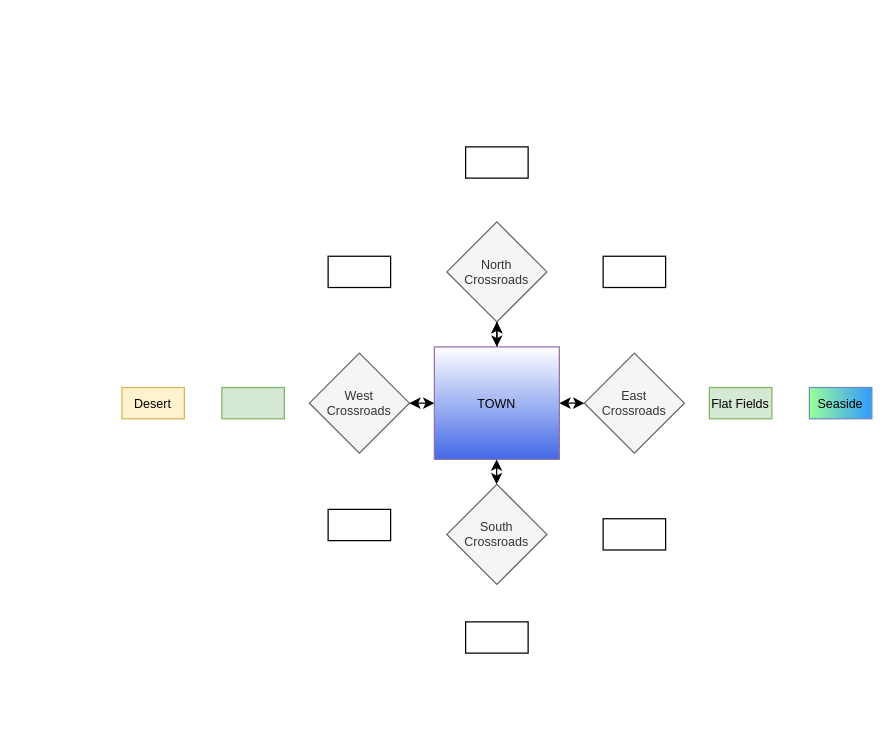
The draw.io diagram Adventure game map.drawio in Skaz7/Adventure_game, before the edit. Source tidied: cells renumbered, new cells numbered last; positions are measured from the earlier drawing's top-left corner, leaving out a move shared by most shapes. Both pictures are drawn from the tidied source at 125%, with x=0, y=0 at pixel (121, 146).
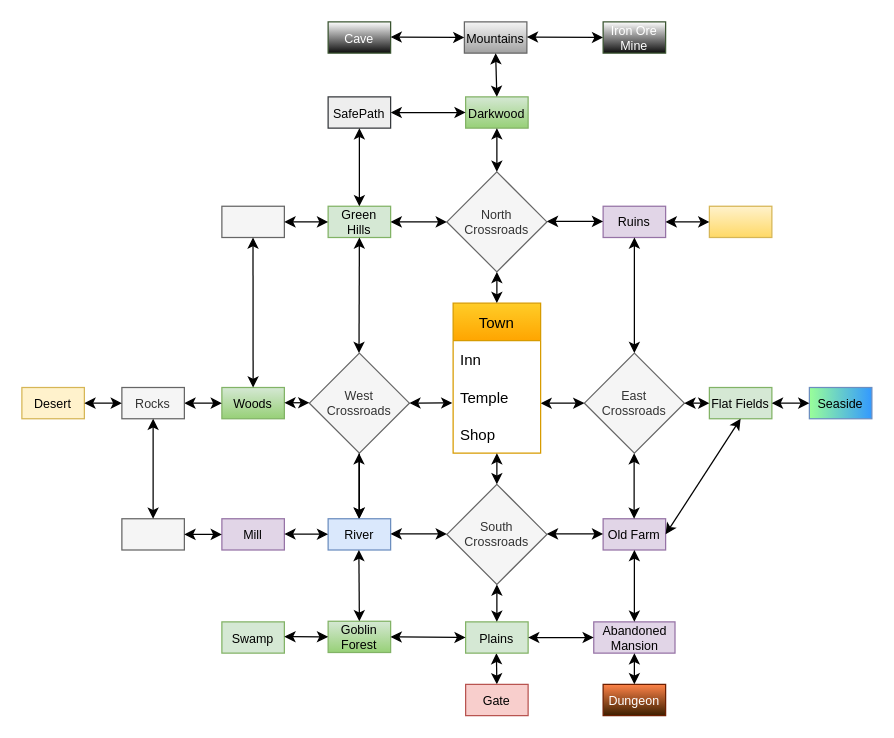
The same page after the edit.

The change refers to these unchanged cells:
```xml
<mxCell id="5" value="South Crossroads" style="rhombus;whiteSpace=wrap;html=1;fillColor=#f5f5f5;fontColor=#333333;strokeColor=#666666;fontSize=10;" parent="1" vertex="1">
  <mxGeometry x="260" y="270" width="80" height="80" as="geometry" />
</mxCell>
<mxCell id="6" value="East&lt;br&gt;Crossroads" style="rhombus;whiteSpace=wrap;html=1;fillColor=#f5f5f5;fontColor=#333333;strokeColor=#666666;fontSize=10;" parent="1" vertex="1">
  <mxGeometry x="370" y="165" width="80" height="80" as="geometry" />
</mxCell>
<mxCell id="7" value="West &lt;br&gt;Crossroads" style="rhombus;whiteSpace=wrap;html=1;fillColor=#f5f5f5;fontColor=#333333;strokeColor=#666666;fontSize=10;" parent="1" vertex="1">
  <mxGeometry x="150" y="165" width="80" height="80" as="geometry" />
</mxCell>
<mxCell id="15" value="Flat Fields" style="rounded=0;whiteSpace=wrap;html=1;fillColor=#d5e8d4;strokeColor=#82b366;fontSize=10;" parent="1" vertex="1">
  <mxGeometry x="470" y="192.5" width="50" height="25" as="geometry" />
</mxCell>
<mxCell id="20" value="Seaside" style="rounded=0;whiteSpace=wrap;html=1;fontSize=10;fillColor=#3399FF;strokeColor=#6c8ebf;gradientColor=#99FF99;gradientDirection=west;" parent="1" vertex="1">
  <mxGeometry x="550" y="192.5" width="50" height="25" as="geometry" />
</mxCell>
```

Change to the diagram source:
```diff
@@
-    <mxCell id="2" style="edgeStyle=orthogonalEdgeStyle;rounded=0;jettySize=auto;html=1;fontSize=10;" parent="1" edge="1" source="3" target="4">
-      <mxGeometry relative="1" as="geometry" />
-    </mxCell>
-    <mxCell id="3" value="TOWN" style="rounded=0;whiteSpace=wrap;html=1;fontSize=10;fillColor=#4369E7;strokeColor=#9673a6;gradientColor=#ffffff;gradientDirection=north;" parent="1" vertex="1">
-      <mxGeometry x="250" y="160" width="100" height="90" as="geometry" />
-    </mxCell>
     <mxCell id="4" value="North Crossroads" style="rhombus;whiteSpace=wrap;html=1;fillColor=#f5f5f5;strokeColor=#666666;fontColor=#333333;fontSize=10;" parent="1" vertex="1">
-      <mxGeometry x="260" y="60" width="80" height="80" as="geometry" />
+      <mxGeometry x="260" y="20" width="80" height="80" as="geometry" />
     </mxCell>
@@
+    <mxCell id="22" style="edgeStyle=orthogonalEdgeStyle;rounded=0;jettySize=auto;html=1;" parent="1" edge="1" source="7" target="14">
+      <mxGeometry relative="1" as="geometry" />
+    </mxCell>
@@
-    <mxCell id="8" style="endArrow=classic;startArrow=classic;html=1;rounded=0;entryX=0.5;entryY=1;entryDx=0;entryDy=0;fontSize=10;" parent="1" edge="1" target="4">
-      <mxGeometry relative="1" as="geometry">
-        <mxPoint x="300" y="160" as="sourcePoint" />
-      </mxGeometry>
-    </mxCell>
-    <mxCell id="9" style="endArrow=classic;startArrow=classic;html=1;rounded=0;entryX=0.5;entryY=1;entryDx=0;entryDy=0;fontSize=10;" parent="1" edge="1">
-      <mxGeometry relative="1" as="geometry">
-        <mxPoint x="299.8" y="270" as="sourcePoint" />
-        <mxPoint x="299.8" y="250" as="targetPoint" />
-      </mxGeometry>
-    </mxCell>
-    <mxCell id="10" style="endArrow=classic;startArrow=classic;html=1;rounded=0;entryX=0;entryY=0.5;entryDx=0;entryDy=0;exitX=1;exitY=0.5;exitDx=0;exitDy=0;fontSize=10;" parent="1" edge="1" source="3" target="6">
+    <mxCell id="10" style="endArrow=classic;startArrow=classic;html=1;rounded=0;entryX=0;entryY=0.5;entryDx=0;entryDy=0;fontSize=10;exitX=0.999;exitY=0.67;exitDx=0;exitDy=0;exitPerimeter=0;" parent="1" edge="1" source="63" target="6">
       <mxGeometry relative="1" as="geometry" />
     </mxCell>
-    <mxCell id="11" style="endArrow=classic;startArrow=classic;html=1;rounded=0;entryX=1;entryY=0.5;entryDx=0;entryDy=0;exitX=0;exitY=0.5;exitDx=0;exitDy=0;fontSize=10;" parent="1" edge="1" source="3" target="7">
+    <mxCell id="11" style="endArrow=classic;startArrow=classic;html=1;rounded=0;entryX=1;entryY=0.5;entryDx=0;entryDy=0;fontSize=10;exitX=-0.009;exitY=0.661;exitDx=0;exitDy=0;exitPerimeter=0;" parent="1" edge="1" source="63" target="7">
       <mxGeometry relative="1" as="geometry" />
     </mxCell>
-    <mxCell id="12" style="rounded=0;whiteSpace=wrap;html=1;fontSize=10;fillColor=#d5e8d4;strokeColor=#82b366;" parent="1" vertex="1">
+    <mxCell id="12" value="Woods" style="rounded=0;whiteSpace=wrap;html=1;fontSize=10;fillColor=#d5e8d4;strokeColor=#82b366;gradientColor=#97d077;" parent="1" vertex="1">
       <mxGeometry x="80" y="192.5" width="50" height="25" as="geometry" />
     </mxCell>
-    <mxCell id="13" style="rounded=0;whiteSpace=wrap;html=1;fontSize=10;" parent="1" vertex="1">
-      <mxGeometry x="165" y="87.5" width="50" height="25" as="geometry" />
+    <mxCell id="13" value="Green Hills" style="rounded=0;whiteSpace=wrap;html=1;fontSize=10;fillColor=#d5e8d4;strokeColor=#82b366;" parent="1" vertex="1">
+      <mxGeometry x="165" y="47.5" width="50" height="25" as="geometry" />
     </mxCell>
-    <mxCell id="14" style="rounded=0;whiteSpace=wrap;html=1;fontSize=10;" parent="1" vertex="1">
-      <mxGeometry x="165" y="290" width="50" height="25" as="geometry" />
+    <mxCell id="14" value="River" style="rounded=0;whiteSpace=wrap;html=1;fontSize=10;fillColor=#dae8fc;strokeColor=#6c8ebf;" parent="1" vertex="1">
+      <mxGeometry x="165" y="297.5" width="50" height="25" as="geometry" />
     </mxCell>
@@
-    <mxCell id="16" style="rounded=0;whiteSpace=wrap;html=1;fontSize=10;" parent="1" vertex="1">
-      <mxGeometry x="385" y="87.5" width="50" height="25" as="geometry" />
+    <mxCell id="16" value="Ruins" style="rounded=0;whiteSpace=wrap;html=1;fontSize=10;fillColor=#e1d5e7;strokeColor=#9673a6;" parent="1" vertex="1">
+      <mxGeometry x="385" y="47.5" width="50" height="25" as="geometry" />
     </mxCell>
-    <mxCell id="17" style="rounded=0;whiteSpace=wrap;html=1;fontSize=10;" parent="1" vertex="1">
+    <mxCell id="17" value="Old Farm" style="rounded=0;whiteSpace=wrap;html=1;fontSize=10;fillColor=#e1d5e7;strokeColor=#9673a6;" parent="1" vertex="1">
       <mxGeometry x="385" y="297.5" width="50" height="25" as="geometry" />
     </mxCell>
-    <mxCell id="18" style="rounded=0;whiteSpace=wrap;html=1;fontSize=10;" parent="1" vertex="1">
-      <mxGeometry x="275" width="50" height="25" as="geometry" />
+    <mxCell id="18" value="Darkwood" style="rounded=0;whiteSpace=wrap;html=1;fontSize=10;fillColor=#d5e8d4;gradientColor=#97d077;strokeColor=#82b366;" parent="1" vertex="1">
+      <mxGeometry x="275" y="-40" width="50" height="25" as="geometry" />
     </mxCell>
-    <mxCell id="19" style="rounded=0;whiteSpace=wrap;html=1;fontSize=10;" parent="1" vertex="1">
-      <mxGeometry x="275" y="380" width="50" height="25" as="geometry" />
-    </mxCell>
@@
     <mxCell id="21" value="Desert" style="rounded=0;whiteSpace=wrap;html=1;fontSize=10;fillColor=#fff2cc;strokeColor=#d6b656;" parent="1" vertex="1">
-      <mxGeometry y="192.5" width="50" height="25" as="geometry" />
+      <mxGeometry x="-80" y="192.5" width="50" height="25" as="geometry" />
     </mxCell>
+    <mxCell id="23" style="endArrow=classic;startArrow=classic;html=1;rounded=0;entryX=0;entryY=0.5;entryDx=0;entryDy=0;exitX=1;exitY=0.5;exitDx=0;exitDy=0;" parent="1" edge="1" source="6" target="15">
+      <mxGeometry relative="1" as="geometry" />
+    </mxCell>
+    <mxCell id="24" style="endArrow=classic;startArrow=classic;html=1;rounded=0;entryX=0;entryY=0.5;entryDx=0;entryDy=0;exitX=1;exitY=0.5;exitDx=0;exitDy=0;" parent="1" edge="1" source="15" target="20">
+      <mxGeometry relative="1" as="geometry" />
+    </mxCell>
+    <mxCell id="25" style="endArrow=classic;startArrow=classic;html=1;rounded=0;exitX=0.5;exitY=0;exitDx=0;exitDy=0;entryX=0.5;entryY=1;entryDx=0;entryDy=0;" parent="1" edge="1" source="6" target="16">
+      <mxGeometry relative="1" as="geometry" />
+    </mxCell>
+    <mxCell id="26" style="endArrow=classic;startArrow=classic;html=1;rounded=0;exitX=0.5;exitY=0;exitDx=0;exitDy=0;entryX=0.5;entryY=1;entryDx=0;entryDy=0;" parent="1" edge="1">
+      <mxGeometry relative="1" as="geometry">
+        <mxPoint x="409.8" y="297.5" as="sourcePoint" />
+        <mxPoint x="409.8" y="245" as="targetPoint" />
+      </mxGeometry>
+    </mxCell>
+    <mxCell id="27" style="endArrow=classic;startArrow=classic;html=1;rounded=0;exitX=0.5;exitY=0;exitDx=0;exitDy=0;entryX=0.5;entryY=1;entryDx=0;entryDy=0;" parent="1" edge="1" source="4" target="18">
+      <mxGeometry relative="1" as="geometry" />
+    </mxCell>
+    <mxCell id="28" style="endArrow=classic;startArrow=classic;html=1;rounded=0;exitX=0.5;exitY=0;exitDx=0;exitDy=0;" parent="1" edge="1" source="52">
+      <mxGeometry relative="1" as="geometry">
+        <mxPoint x="299.6" y="405" as="targetPoint" />
+      </mxGeometry>
+    </mxCell>
+    <mxCell id="29" style="endArrow=classic;startArrow=classic;html=1;rounded=0;exitX=0.5;exitY=0;exitDx=0;exitDy=0;entryX=0.5;entryY=1;entryDx=0;entryDy=0;" parent="1" edge="1" target="13">
+      <mxGeometry relative="1" as="geometry">
+        <mxPoint x="189.7" y="165" as="sourcePoint" />
+      </mxGeometry>
+    </mxCell>
+    <mxCell id="30" style="endArrow=classic;startArrow=classic;html=1;rounded=0;exitX=0.5;exitY=0;exitDx=0;exitDy=0;entryX=0.5;entryY=1;entryDx=0;entryDy=0;" parent="1" edge="1">
+      <mxGeometry relative="1" as="geometry">
+        <mxPoint x="189.7" y="297.5" as="sourcePoint" />
+        <mxPoint x="189.7" y="245" as="targetPoint" />
+      </mxGeometry>
+    </mxCell>
+    <mxCell id="31" style="endArrow=classic;startArrow=classic;html=1;rounded=0;entryX=1;entryY=0.5;entryDx=0;entryDy=0;exitX=0;exitY=0.5;exitDx=0;exitDy=0;fontSize=10;" parent="1" edge="1">
+      <mxGeometry relative="1" as="geometry">
+        <mxPoint x="150" y="204.7" as="sourcePoint" />
+        <mxPoint x="130" y="204.7" as="targetPoint" />
+      </mxGeometry>
+    </mxCell>
+    <mxCell id="32" style="endArrow=classic;startArrow=classic;html=1;rounded=0;entryX=0;entryY=0.5;entryDx=0;entryDy=0;fontSize=10;" parent="1" edge="1" target="12">
+      <mxGeometry relative="1" as="geometry">
+        <mxPoint x="50" y="205" as="sourcePoint" />
+      </mxGeometry>
+    </mxCell>
+    <mxCell id="33" style="endArrow=classic;startArrow=classic;html=1;rounded=0;exitX=1;exitY=0.5;exitDx=0;exitDy=0;entryX=0;entryY=0.5;entryDx=0;entryDy=0;" parent="1" edge="1" source="13" target="4">
+      <mxGeometry relative="1" as="geometry" />
+    </mxCell>
+    <mxCell id="34" style="endArrow=classic;startArrow=classic;html=1;rounded=0;exitX=1;exitY=0.5;exitDx=0;exitDy=0;entryX=0;entryY=0.5;entryDx=0;entryDy=0;" parent="1" edge="1">
+      <mxGeometry relative="1" as="geometry">
+        <mxPoint x="340" y="59.6" as="sourcePoint" />
+        <mxPoint x="385" y="59.6" as="targetPoint" />
+      </mxGeometry>
+    </mxCell>
+    <mxCell id="35" style="endArrow=classic;startArrow=classic;html=1;rounded=0;exitX=1;exitY=0.5;exitDx=0;exitDy=0;entryX=0;entryY=0.5;entryDx=0;entryDy=0;" parent="1" edge="1">
+      <mxGeometry relative="1" as="geometry">
+        <mxPoint x="215" y="309.6" as="sourcePoint" />
+        <mxPoint x="260" y="309.6" as="targetPoint" />
+      </mxGeometry>
+    </mxCell>
+    <mxCell id="36" style="endArrow=classic;startArrow=classic;html=1;rounded=0;exitX=1;exitY=0.5;exitDx=0;exitDy=0;entryX=0;entryY=0.5;entryDx=0;entryDy=0;" parent="1" edge="1">
+      <mxGeometry relative="1" as="geometry">
+        <mxPoint x="340" y="309.6" as="sourcePoint" />
+        <mxPoint x="385" y="309.6" as="targetPoint" />
+      </mxGeometry>
+    </mxCell>
+    <mxCell id="37" value="Mountains" style="rounded=0;whiteSpace=wrap;html=1;fontSize=10;fillColor=#f5f5f5;gradientColor=#A1A1A1;strokeColor=#666666;" parent="1" vertex="1">
+      <mxGeometry x="274" y="-100" width="50" height="25" as="geometry" />
+    </mxCell>
+    <mxCell id="38" value="Rocks" style="rounded=0;whiteSpace=wrap;html=1;fontSize=10;fillColor=#f5f5f5;strokeColor=#666666;fontColor=#333333;" parent="1" vertex="1">
+      <mxGeometry y="192.5" width="50" height="25" as="geometry" />
+    </mxCell>
+    <mxCell id="39" style="endArrow=classic;startArrow=classic;html=1;rounded=0;fontSize=10;exitX=1;exitY=0.5;exitDx=0;exitDy=0;" parent="1" edge="1" source="21">
+      <mxGeometry relative="1" as="geometry">
+        <mxPoint y="205" as="targetPoint" />
+      </mxGeometry>
+    </mxCell>
+    <mxCell id="40" value="Goblin Forest" style="rounded=0;whiteSpace=wrap;html=1;fontSize=10;fillColor=#d5e8d4;strokeColor=#82b366;gradientColor=#97d077;" parent="1" vertex="1">
+      <mxGeometry x="165" y="379.5" width="50" height="25" as="geometry" />
+    </mxCell>
+    <mxCell id="41" value="Swamp" style="rounded=0;whiteSpace=wrap;html=1;fontSize=10;fillColor=#d5e8d4;strokeColor=#82b366;" parent="1" vertex="1">
+      <mxGeometry x="80" y="380" width="50" height="25" as="geometry" />
+    </mxCell>
+    <mxCell id="42" style="endArrow=classic;startArrow=classic;html=1;rounded=0;exitX=0.5;exitY=0;exitDx=0;exitDy=0;entryX=0.5;entryY=1;entryDx=0;entryDy=0;" parent="1" edge="1" source="40">
+      <mxGeometry relative="1" as="geometry">
+        <mxPoint x="189.6" y="322.5" as="targetPoint" />
+      </mxGeometry>
+    </mxCell>
+    <mxCell id="43" style="endArrow=classic;startArrow=classic;html=1;rounded=0;exitX=1;exitY=0.5;exitDx=0;exitDy=0;entryX=0;entryY=0.5;entryDx=0;entryDy=0;" parent="1" edge="1" target="40">
+      <mxGeometry relative="1" as="geometry">
+        <mxPoint x="130" y="391.8" as="sourcePoint" />
+      </mxGeometry>
+    </mxCell>
+    <mxCell id="44" value="Plains" style="rounded=0;whiteSpace=wrap;html=1;fontSize=10;fillColor=#d5e8d4;strokeColor=#82b366;" parent="1" vertex="1">
+      <mxGeometry x="275" y="380" width="50" height="25" as="geometry" />
+    </mxCell>
+    <mxCell id="45" value="Mill" style="rounded=0;whiteSpace=wrap;html=1;fontSize=10;fillColor=#e1d5e7;strokeColor=#9673a6;" parent="1" vertex="1">
+      <mxGeometry x="80" y="297.5" width="50" height="25" as="geometry" />
+    </mxCell>
+    <mxCell id="46" style="endArrow=classic;startArrow=classic;html=1;rounded=0;exitX=1;exitY=0.5;exitDx=0;exitDy=0;entryX=0;entryY=0.5;entryDx=0;entryDy=0;" parent="1" edge="1">
+      <mxGeometry relative="1" as="geometry">
+        <mxPoint x="130" y="309.7" as="sourcePoint" />
+        <mxPoint x="165" y="309.9" as="targetPoint" />
+      </mxGeometry>
+    </mxCell>
+    <mxCell id="47" value="Cave" style="rounded=0;whiteSpace=wrap;html=1;fontSize=10;fillColor=#FFFFFF;fontColor=#ffffff;strokeColor=#3A5431;gradientColor=#0D0D0D;" parent="1" vertex="1">
+      <mxGeometry x="165" y="-100" width="50" height="25" as="geometry" />
+    </mxCell>
+    <mxCell id="48" style="endArrow=classic;startArrow=classic;html=1;rounded=0;exitX=1;exitY=0.5;exitDx=0;exitDy=0;entryX=0;entryY=0.5;entryDx=0;entryDy=0;" parent="1" edge="1" target="37">
+      <mxGeometry relative="1" as="geometry">
+        <mxPoint x="215" y="-87.9" as="sourcePoint" />
+      </mxGeometry>
+    </mxCell>
+    <mxCell id="49" style="endArrow=classic;startArrow=classic;html=1;rounded=0;exitX=0.5;exitY=0;exitDx=0;exitDy=0;entryX=0.5;entryY=1;entryDx=0;entryDy=0;" parent="1" edge="1" source="18" target="37">
+      <mxGeometry relative="1" as="geometry" />
+    </mxCell>
+    <mxCell id="50" style="endArrow=classic;startArrow=classic;html=1;rounded=0;exitX=1;exitY=0.5;exitDx=0;exitDy=0;entryX=0;entryY=0.5;entryDx=0;entryDy=0;" parent="1" edge="1">
+      <mxGeometry relative="1" as="geometry">
+        <mxPoint x="324" y="-87.9" as="sourcePoint" />
+        <mxPoint x="385" y="-87.5" as="targetPoint" />
+      </mxGeometry>
+    </mxCell>
+    <mxCell id="51" style="endArrow=classic;startArrow=classic;html=1;rounded=0;entryX=0;entryY=0.5;entryDx=0;entryDy=0;exitX=1;exitY=0.5;exitDx=0;exitDy=0;" parent="1" edge="1" source="40" target="44">
+      <mxGeometry relative="1" as="geometry" />
+    </mxCell>
+    <mxCell id="52" value="Gate" style="rounded=0;whiteSpace=wrap;html=1;fontSize=10;fillColor=#f8cecc;strokeColor=#b85450;" parent="1" vertex="1">
+      <mxGeometry x="275" y="430" width="50" height="25" as="geometry" />
+    </mxCell>
+    <mxCell id="53" style="endArrow=classic;startArrow=classic;html=1;rounded=0;entryX=0.5;entryY=1;entryDx=0;entryDy=0;exitX=0.5;exitY=0;exitDx=0;exitDy=0;" parent="1" edge="1" source="44" target="5">
+      <mxGeometry relative="1" as="geometry" />
+    </mxCell>
+    <mxCell id="54" value="Abandoned Mansion" style="rounded=0;whiteSpace=wrap;html=1;fontSize=10;fillColor=#e1d5e7;strokeColor=#9673a6;" parent="1" vertex="1">
+      <mxGeometry x="377.5" y="380" width="65" height="25" as="geometry" />
+    </mxCell>
+    <mxCell id="55" style="endArrow=classic;startArrow=classic;html=1;rounded=0;entryX=0;entryY=0.5;entryDx=0;entryDy=0;exitX=1;exitY=0.5;exitDx=0;exitDy=0;" parent="1" edge="1" source="44" target="54">
+      <mxGeometry relative="1" as="geometry" />
+    </mxCell>
+    <mxCell id="56" style="endArrow=classic;startArrow=classic;html=1;rounded=0;exitX=0.5;exitY=0;exitDx=0;exitDy=0;entryX=0.5;entryY=1;entryDx=0;entryDy=0;" parent="1" edge="1" source="54" target="17">
+      <mxGeometry relative="1" as="geometry" />
+    </mxCell>
+    <mxCell id="57" value="Dungeon" style="rounded=0;whiteSpace=wrap;html=1;fontSize=10;fillColor=#FF8348;strokeColor=#6D1F00;fontColor=#ffffff;gradientColor=#3D1F00;" parent="1" vertex="1">
+      <mxGeometry x="385" y="430" width="50" height="25" as="geometry" />
+    </mxCell>
+    <mxCell id="58" style="endArrow=classic;startArrow=classic;html=1;rounded=0;entryX=0.5;entryY=1;entryDx=0;entryDy=0;exitX=0.5;exitY=0;exitDx=0;exitDy=0;" parent="1" edge="1" source="57" target="54">
+      <mxGeometry relative="1" as="geometry" />
+    </mxCell>
+    <mxCell id="59" style="endArrow=classic;startArrow=classic;html=1;rounded=0;entryX=0;entryY=0.5;entryDx=0;entryDy=0;exitX=1;exitY=0.5;exitDx=0;exitDy=0;" parent="1" edge="1" source="75" target="18">
+      <mxGeometry relative="1" as="geometry" />
+    </mxCell>
+    <mxCell id="60" style="endArrow=classic;startArrow=classic;html=1;rounded=0;entryX=0.5;entryY=1;entryDx=0;entryDy=0;exitX=1;exitY=0.5;exitDx=0;exitDy=0;" parent="1" edge="1" source="17" target="15">
+      <mxGeometry relative="1" as="geometry" />
+    </mxCell>
+    <mxCell id="61" value="Town" style="swimlane;fontStyle=0;horizontal=1;startSize=30;fillColor=#ffcd28;gradientColor=#ffa500;strokeColor=#d79b00;" parent="1" vertex="1">
+      <mxGeometry x="265" y="125" width="70" height="120" as="geometry" />
+    </mxCell>
+    <mxCell id="62" value="Inn" style="text;strokeColor=none;fillColor=none;align=left;verticalAlign=middle;spacingLeft=4;spacingRight=4;overflow=hidden;" parent="61" vertex="1">
+      <mxGeometry y="30" width="70" height="30" as="geometry" />
+    </mxCell>
+    <mxCell id="63" value="Temple" style="text;strokeColor=none;fillColor=none;align=left;verticalAlign=middle;spacingLeft=4;spacingRight=4;overflow=hidden;points=[[0,0.5],[1,0.5]];portConstraint=eastwest;" parent="61" vertex="1">
+      <mxGeometry y="60" width="70" height="30" as="geometry" />
+    </mxCell>
+    <mxCell id="64" value="Shop" style="text;strokeColor=none;fillColor=none;align=left;verticalAlign=middle;spacingLeft=4;spacingRight=4;overflow=hidden;" parent="61" vertex="1">
+      <mxGeometry y="90" width="70" height="30" as="geometry" />
+    </mxCell>
+    <mxCell id="65" style="endArrow=classic;startArrow=classic;html=1;rounded=0;entryX=0.5;entryY=0;entryDx=0;entryDy=0;exitX=0.5;exitY=1;exitDx=0;exitDy=0;" parent="1" edge="1" source="4" target="61">
+      <mxGeometry relative="1" as="geometry" />
+    </mxCell>
+    <mxCell id="66" style="endArrow=classic;startArrow=classic;html=1;rounded=0;entryX=0.5;entryY=0;entryDx=0;entryDy=0;exitX=0.5;exitY=1;exitDx=0;exitDy=0;" parent="1" edge="1" source="61" target="5">
+      <mxGeometry relative="1" as="geometry" />
+    </mxCell>
+    <mxCell id="67" style="rounded=0;whiteSpace=wrap;html=1;fillColor=#fff2cc;strokeColor=#d6b656;fontSize=10;gradientColor=#ffd966;" parent="1" vertex="1">
+      <mxGeometry x="470" y="47.5" width="50" height="25" as="geometry" />
+    </mxCell>
+    <mxCell id="68" style="rounded=0;whiteSpace=wrap;html=1;fontSize=10;fillColor=#f5f5f5;strokeColor=#666666;fontColor=#333333;" parent="1" vertex="1">
+      <mxGeometry y="297.5" width="50" height="25" as="geometry" />
+    </mxCell>
+    <mxCell id="69" style="endArrow=classic;startArrow=classic;html=1;rounded=0;entryX=0.5;entryY=1;entryDx=0;entryDy=0;exitX=0.5;exitY=0;exitDx=0;exitDy=0;" parent="1" edge="1" source="68" target="38">
+      <mxGeometry relative="1" as="geometry" />
+    </mxCell>
+    <mxCell id="70" style="endArrow=classic;startArrow=classic;html=1;rounded=0;entryX=0;entryY=0.5;entryDx=0;entryDy=0;" parent="1" edge="1" target="45">
+      <mxGeometry relative="1" as="geometry">
+        <mxPoint x="50" y="310" as="sourcePoint" />
+      </mxGeometry>
+    </mxCell>
+    <mxCell id="71" style="endArrow=classic;startArrow=classic;html=1;rounded=0;entryX=1;entryY=0.5;entryDx=0;entryDy=0;exitX=0;exitY=0.5;exitDx=0;exitDy=0;" parent="1" edge="1" source="67" target="16">
+      <mxGeometry relative="1" as="geometry" />
+    </mxCell>
+    <mxCell id="72" style="rounded=0;whiteSpace=wrap;html=1;fontSize=10;fillColor=#f5f5f5;strokeColor=#666666;fontColor=#333333;" parent="1" vertex="1">
+      <mxGeometry x="80" y="47.5" width="50" height="25" as="geometry" />
+    </mxCell>
+    <mxCell id="73" style="endArrow=classic;startArrow=classic;html=1;rounded=0;entryX=0;entryY=0.5;entryDx=0;entryDy=0;exitX=1;exitY=0.5;exitDx=0;exitDy=0;" parent="1" edge="1" source="72" target="13">
+      <mxGeometry relative="1" as="geometry" />
+    </mxCell>
+    <mxCell id="74" style="endArrow=classic;startArrow=classic;html=1;rounded=0;entryX=0.5;entryY=1;entryDx=0;entryDy=0;exitX=0.5;exitY=0;exitDx=0;exitDy=0;" parent="1" edge="1" source="12">
+      <mxGeometry relative="1" as="geometry">
+        <mxPoint x="104.9" y="72.5" as="targetPoint" />
+      </mxGeometry>
+    </mxCell>
+    <mxCell id="75" value="SafePath" style="rounded=0;whiteSpace=wrap;html=1;fontSize=10;fillColor=#eeeeee;strokeColor=#36393d;" parent="1" vertex="1">
+      <mxGeometry x="165" y="-40" width="50" height="25" as="geometry" />
+    </mxCell>
+    <mxCell id="76" style="endArrow=classic;startArrow=classic;html=1;rounded=0;entryX=0.5;entryY=1;entryDx=0;entryDy=0;exitX=0.5;exitY=0;exitDx=0;exitDy=0;" parent="1" edge="1" source="13" target="75">
+      <mxGeometry relative="1" as="geometry" />
+    </mxCell>
+    <mxCell id="77" value="Iron Ore Mine" style="rounded=0;whiteSpace=wrap;html=1;fontSize=10;fillColor=#FFFFFF;fontColor=#ffffff;strokeColor=#3A5431;gradientColor=#0D0D0D;" parent="1" vertex="1">
+      <mxGeometry x="385" y="-100" width="50" height="25" as="geometry" />
+    </mxCell>
```
